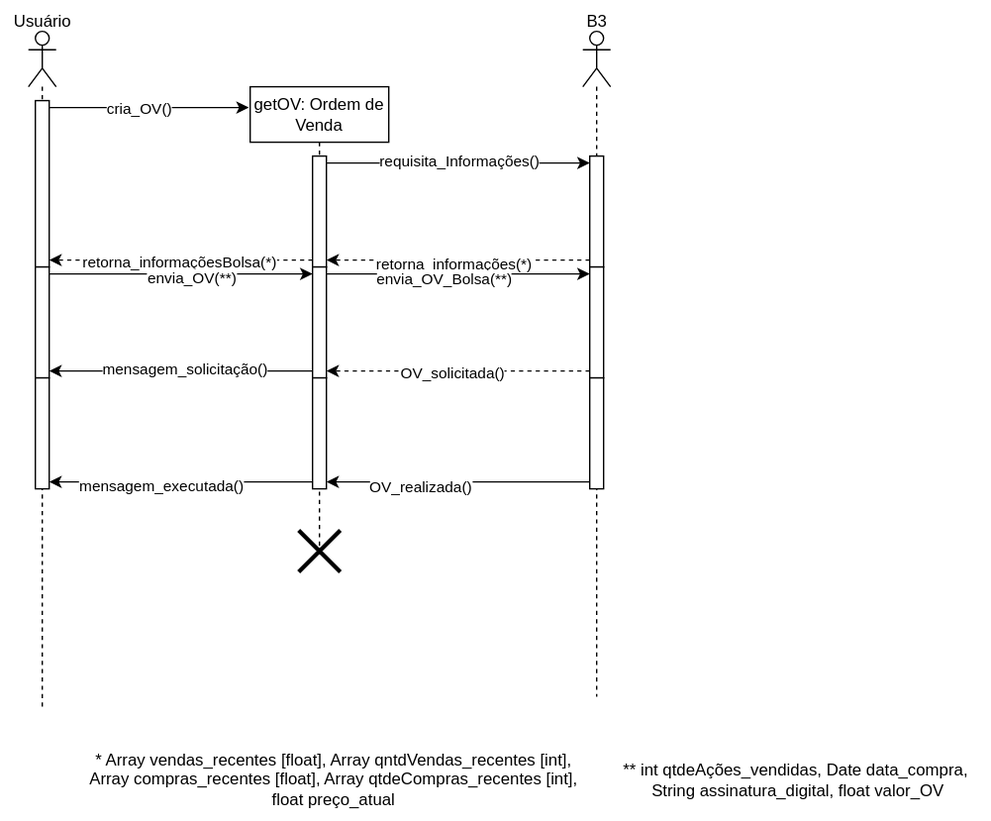
Earlier version of the draw.io export Diagrama 6.drawio.svg (JesCat16/Projeto01_Modelagem_De_Software). Source tidied: cells renumbered, new cells last; positions are measured from the earlier drawing's top-left corner, leaving out a move shared by most shapes.
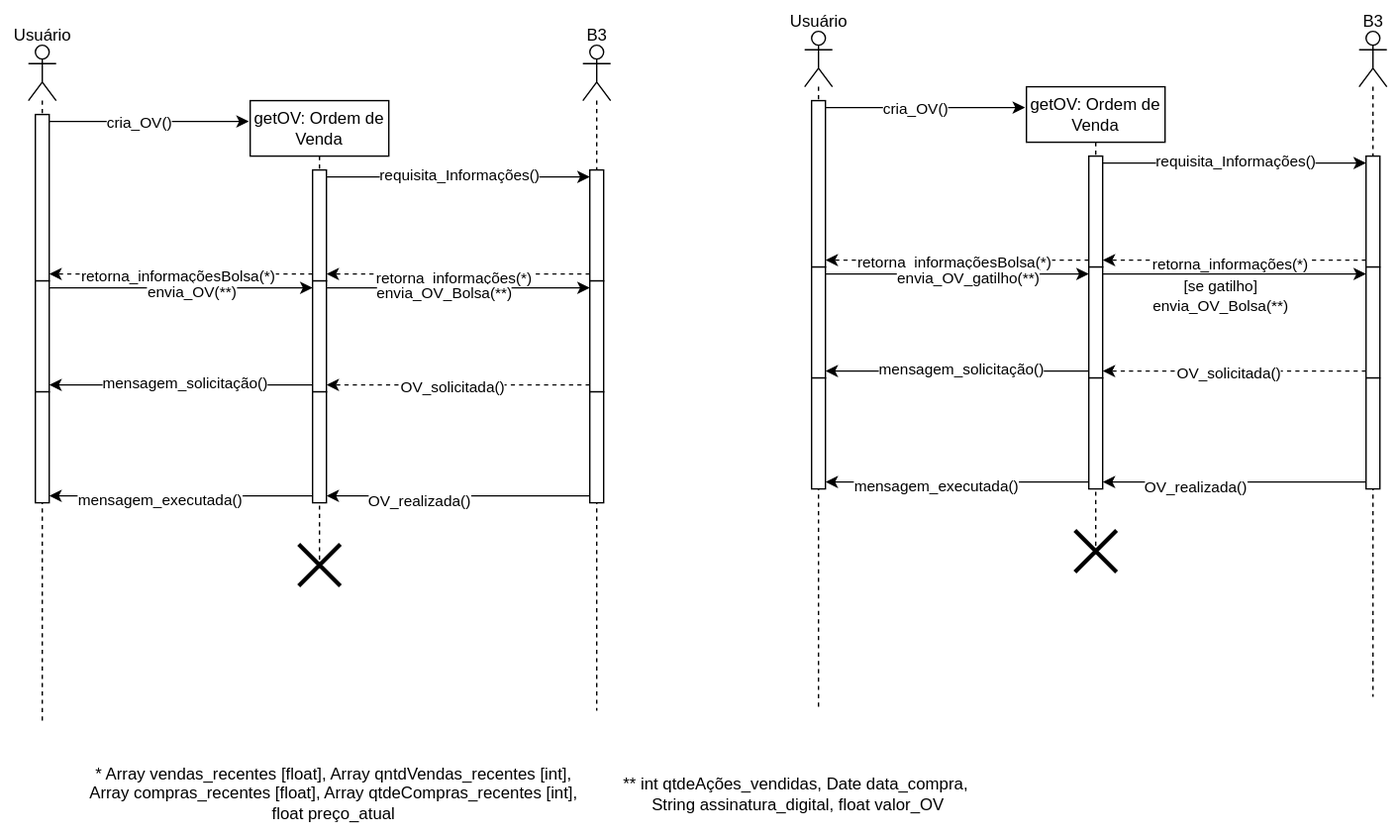
Later version of the same file.

What changed in the source:
```diff
@@ -115,5 +115,114 @@
     <mxCell id="38" value="mensagem_executada()" style="edgeLabel;html=1;align=center;verticalAlign=middle;" parent="37" vertex="1">
       <mxGeometry x="0.16" y="2" relative="1" as="geometry" />
     </mxCell>
+    <mxCell id="39" style="shape=umlLifeline;perimeter=lifelinePerimeter;whiteSpace=wrap;html=1;newEdgeStyle={&quot;curved&quot;:0,&quot;rounded&quot;:0};participant=umlActor;" parent="1" vertex="1">
+      <mxGeometry x="580" y="12" width="20" height="490" as="geometry" />
+    </mxCell>
+    <mxCell id="40" style="html=1;points=[[0,0,0,0,5],[0,1,0,0,-5],[1,0,0,0,5],[1,1,0,0,-5]];perimeter=orthogonalPerimeter;outlineConnect=0;targetShapes=umlLifeline;portConstraint=eastwest;newEdgeStyle={&quot;curved&quot;:0,&quot;rounded&quot;:0};" parent="39" vertex="1">
+      <mxGeometry x="5" y="50" width="10" height="120" as="geometry" />
+    </mxCell>
+    <mxCell id="41" style="html=1;points=[[0,0,0,0,5],[0,1,0,0,-5],[1,0,0,0,5],[1,1,0,0,-5]];perimeter=orthogonalPerimeter;outlineConnect=0;targetShapes=umlLifeline;portConstraint=eastwest;newEdgeStyle={&quot;curved&quot;:0,&quot;rounded&quot;:0};" parent="39" vertex="1">
+      <mxGeometry x="5" y="170" width="10" height="80" as="geometry" />
+    </mxCell>
+    <mxCell id="42" style="html=1;points=[[0,0,0,0,5],[0,1,0,0,-5],[1,0,0,0,5],[1,1,0,0,-5]];perimeter=orthogonalPerimeter;outlineConnect=0;targetShapes=umlLifeline;portConstraint=eastwest;newEdgeStyle={&quot;curved&quot;:0,&quot;rounded&quot;:0};" parent="39" vertex="1">
+      <mxGeometry x="5" y="250" width="10" height="80" as="geometry" />
+    </mxCell>
+    <mxCell id="43" value="Usuário" style="text;html=1;align=center;verticalAlign=middle;strokeColor=none;fillColor=none;" parent="1" vertex="1">
+      <mxGeometry x="560" y="-10" width="60" height="30" as="geometry" />
+    </mxCell>
+    <mxCell id="44" value="getOV: Ordem de Venda" style="shape=umlLifeline;perimeter=lifelinePerimeter;whiteSpace=wrap;html=1;newEdgeStyle={&quot;curved&quot;:0,&quot;rounded&quot;:0};" parent="1" vertex="1">
+      <mxGeometry x="740" y="52" width="100" height="340" as="geometry" />
+    </mxCell>
+    <mxCell id="45" style="html=1;points=[[0,0,0,0,5],[0,1,0,0,-5],[1,0,0,0,5],[1,1,0,0,-5]];perimeter=orthogonalPerimeter;outlineConnect=0;targetShapes=umlLifeline;portConstraint=eastwest;newEdgeStyle={&quot;curved&quot;:0,&quot;rounded&quot;:0};" parent="44" vertex="1">
+      <mxGeometry x="45" y="50" width="10" height="80" as="geometry" />
+    </mxCell>
+    <mxCell id="46" style="html=1;points=[[0,0,0,0,5],[0,1,0,0,-5],[1,0,0,0,5],[1,1,0,0,-5]];perimeter=orthogonalPerimeter;outlineConnect=0;targetShapes=umlLifeline;portConstraint=eastwest;newEdgeStyle={&quot;curved&quot;:0,&quot;rounded&quot;:0};" parent="44" vertex="1">
+      <mxGeometry x="45" y="130" width="10" height="80" as="geometry" />
+    </mxCell>
+    <mxCell id="47" style="html=1;points=[[0,0,0,0,5],[0,1,0,0,-5],[1,0,0,0,5],[1,1,0,0,-5]];perimeter=orthogonalPerimeter;outlineConnect=0;targetShapes=umlLifeline;portConstraint=eastwest;newEdgeStyle={&quot;curved&quot;:0,&quot;rounded&quot;:0};" parent="44" vertex="1">
+      <mxGeometry x="45" y="210" width="10" height="80" as="geometry" />
+    </mxCell>
+    <mxCell id="48" style="shape=umlDestroy;whiteSpace=wrap;html=1;strokeWidth=3;targetShapes=umlLifeline;" parent="44" vertex="1">
+      <mxGeometry x="35" y="320" width="30" height="30" as="geometry" />
+    </mxCell>
+    <mxCell id="49" style="shape=umlLifeline;perimeter=lifelinePerimeter;whiteSpace=wrap;html=1;newEdgeStyle={&quot;curved&quot;:0,&quot;rounded&quot;:0};participant=umlActor;" parent="1" vertex="1">
+      <mxGeometry x="980" y="12" width="20" height="480" as="geometry" />
+    </mxCell>
+    <mxCell id="50" style="html=1;points=[[0,0,0,0,5],[0,1,0,0,-5],[1,0,0,0,5],[1,1,0,0,-5]];perimeter=orthogonalPerimeter;outlineConnect=0;targetShapes=umlLifeline;portConstraint=eastwest;newEdgeStyle={&quot;curved&quot;:0,&quot;rounded&quot;:0};" parent="49" vertex="1">
+      <mxGeometry x="5" y="90" width="10" height="80" as="geometry" />
+    </mxCell>
+    <mxCell id="51" style="html=1;points=[[0,0,0,0,5],[0,1,0,0,-5],[1,0,0,0,5],[1,1,0,0,-5]];perimeter=orthogonalPerimeter;outlineConnect=0;targetShapes=umlLifeline;portConstraint=eastwest;newEdgeStyle={&quot;curved&quot;:0,&quot;rounded&quot;:0};" parent="49" vertex="1">
+      <mxGeometry x="5" y="170" width="10" height="80" as="geometry" />
+    </mxCell>
+    <mxCell id="52" style="html=1;points=[[0,0,0,0,5],[0,1,0,0,-5],[1,0,0,0,5],[1,1,0,0,-5]];perimeter=orthogonalPerimeter;outlineConnect=0;targetShapes=umlLifeline;portConstraint=eastwest;newEdgeStyle={&quot;curved&quot;:0,&quot;rounded&quot;:0};" parent="49" vertex="1">
+      <mxGeometry x="5" y="250" width="10" height="80" as="geometry" />
+    </mxCell>
+    <mxCell id="53" value="B3" style="text;html=1;align=center;verticalAlign=middle;strokeColor=none;fillColor=none;" parent="1" vertex="1">
+      <mxGeometry x="970" y="-10" width="40" height="30" as="geometry" />
+    </mxCell>
+    <mxCell id="54" style="edgeStyle=orthogonalEdgeStyle;rounded=0;jettySize=auto;html=1;curved=0;exitX=1;exitY=0;exitDx=0;exitDy=5;exitPerimeter=0;" parent="1" edge="1" source="40">
+      <mxGeometry relative="1" as="geometry">
+        <mxPoint x="739" y="67" as="targetPoint" />
+      </mxGeometry>
+    </mxCell>
+    <mxCell id="55" value="cria_OV()" style="edgeLabel;html=1;align=center;verticalAlign=middle;" parent="54" vertex="1">
+      <mxGeometry x="-0.11" relative="1" as="geometry" />
+    </mxCell>
+    <mxCell id="56" style="edgeStyle=orthogonalEdgeStyle;rounded=0;jettySize=auto;html=1;curved=0;exitX=1;exitY=0;exitDx=0;exitDy=5;exitPerimeter=0;entryX=0;entryY=0;entryDx=0;entryDy=5;entryPerimeter=0;" parent="1" edge="1" source="45" target="50">
+      <mxGeometry relative="1" as="geometry" />
+    </mxCell>
+    <mxCell id="57" value="requisita_Informações()" style="edgeLabel;html=1;align=center;verticalAlign=middle;" parent="56" vertex="1">
+      <mxGeometry y="2" relative="1" as="geometry" />
+    </mxCell>
+    <mxCell id="58" style="edgeStyle=orthogonalEdgeStyle;rounded=0;jettySize=auto;html=1;curved=0;exitX=0;exitY=1;exitDx=0;exitDy=-5;exitPerimeter=0;entryX=1;entryY=1;entryDx=0;entryDy=-5;entryPerimeter=0;dashed=1;" parent="1" edge="1" source="50" target="45">
+      <mxGeometry relative="1" as="geometry" />
+    </mxCell>
+    <mxCell id="59" value="retorna_informações(*)" style="edgeLabel;html=1;align=center;verticalAlign=middle;" parent="58" vertex="1">
+      <mxGeometry x="0.04" y="2" relative="1" as="geometry" />
+    </mxCell>
+    <mxCell id="60" style="edgeStyle=orthogonalEdgeStyle;rounded=0;jettySize=auto;html=1;curved=0;exitX=0;exitY=1;exitDx=0;exitDy=-5;exitPerimeter=0;entryX=1;entryY=1;entryDx=0;entryDy=-5;entryPerimeter=0;dashed=1;" parent="1" edge="1" source="45" target="40">
+      <mxGeometry relative="1" as="geometry" />
+    </mxCell>
+    <mxCell id="61" value="retorna_informaçõesBolsa(*)" style="edgeLabel;html=1;align=center;verticalAlign=middle;" parent="60" vertex="1">
+      <mxGeometry x="0.03" y="1" relative="1" as="geometry" />
+    </mxCell>
+    <mxCell id="62" style="edgeStyle=orthogonalEdgeStyle;rounded=0;jettySize=auto;html=1;curved=0;exitX=1;exitY=0;exitDx=0;exitDy=5;exitPerimeter=0;entryX=0;entryY=0;entryDx=0;entryDy=5;entryPerimeter=0;" parent="1" edge="1" source="41" target="46">
+      <mxGeometry relative="1" as="geometry" />
+    </mxCell>
+    <mxCell id="63" value="envia_OV_gatilho(**)" style="edgeLabel;html=1;align=center;verticalAlign=middle;" parent="62" vertex="1">
+      <mxGeometry x="0.07" y="-2" relative="1" as="geometry" />
+    </mxCell>
+    <mxCell id="64" style="edgeStyle=orthogonalEdgeStyle;rounded=0;jettySize=auto;html=1;curved=0;exitX=1;exitY=0;exitDx=0;exitDy=5;exitPerimeter=0;entryX=0;entryY=0;entryDx=0;entryDy=5;entryPerimeter=0;" parent="1" edge="1" source="46" target="51">
+      <mxGeometry relative="1" as="geometry" />
+    </mxCell>
+    <mxCell id="65" value="&lt;div&gt;[se gatilho]&lt;/div&gt;envia_OV_Bolsa(**)" style="edgeLabel;html=1;align=center;verticalAlign=middle;" parent="64" vertex="1">
+      <mxGeometry x="-0.11" y="-3" relative="1" as="geometry">
+        <mxPoint y="12" as="offset" />
+      </mxGeometry>
+    </mxCell>
+    <mxCell id="66" style="edgeStyle=orthogonalEdgeStyle;rounded=0;jettySize=auto;html=1;curved=0;exitX=0;exitY=1;exitDx=0;exitDy=-5;exitPerimeter=0;entryX=1;entryY=1;entryDx=0;entryDy=-5;entryPerimeter=0;dashed=1;" parent="1" edge="1" source="51" target="46">
+      <mxGeometry relative="1" as="geometry" />
+    </mxCell>
+    <mxCell id="67" value="OV_solicitada()" style="edgeLabel;html=1;align=center;verticalAlign=middle;" parent="66" vertex="1">
+      <mxGeometry x="0.05" y="1" relative="1" as="geometry" />
+    </mxCell>
+    <mxCell id="68" style="edgeStyle=orthogonalEdgeStyle;rounded=0;jettySize=auto;html=1;curved=0;exitX=0;exitY=1;exitDx=0;exitDy=-5;exitPerimeter=0;entryX=1;entryY=1;entryDx=0;entryDy=-5;entryPerimeter=0;" parent="1" edge="1" source="46" target="41">
+      <mxGeometry relative="1" as="geometry" />
+    </mxCell>
+    <mxCell id="69" value="mensagem_solicitação()" style="edgeLabel;html=1;align=center;verticalAlign=middle;" parent="68" vertex="1">
+      <mxGeometry x="-0.02" y="-2" relative="1" as="geometry" />
+    </mxCell>
+    <mxCell id="70" style="edgeStyle=orthogonalEdgeStyle;rounded=0;jettySize=auto;html=1;curved=0;exitX=0;exitY=1;exitDx=0;exitDy=-5;exitPerimeter=0;entryX=1;entryY=1;entryDx=0;entryDy=-5;entryPerimeter=0;" parent="1" edge="1" source="52" target="47">
+      <mxGeometry relative="1" as="geometry" />
+    </mxCell>
+    <mxCell id="71" value="OV_realizada()" style="edgeLabel;html=1;align=center;verticalAlign=middle;" parent="70" vertex="1">
+      <mxGeometry x="0.29" y="3" relative="1" as="geometry" />
+    </mxCell>
+    <mxCell id="72" style="edgeStyle=orthogonalEdgeStyle;rounded=0;jettySize=auto;html=1;curved=0;exitX=0;exitY=1;exitDx=0;exitDy=-5;exitPerimeter=0;entryX=1;entryY=1;entryDx=0;entryDy=-5;entryPerimeter=0;" parent="1" edge="1" source="47" target="42">
+      <mxGeometry relative="1" as="geometry" />
+    </mxCell>
+    <mxCell id="73" value="mensagem_executada()" style="edgeLabel;html=1;align=center;verticalAlign=middle;" parent="72" vertex="1">
+      <mxGeometry x="0.16" y="2" relative="1" as="geometry" />
+    </mxCell>
   </root>
 </mxGraphModel>
```
